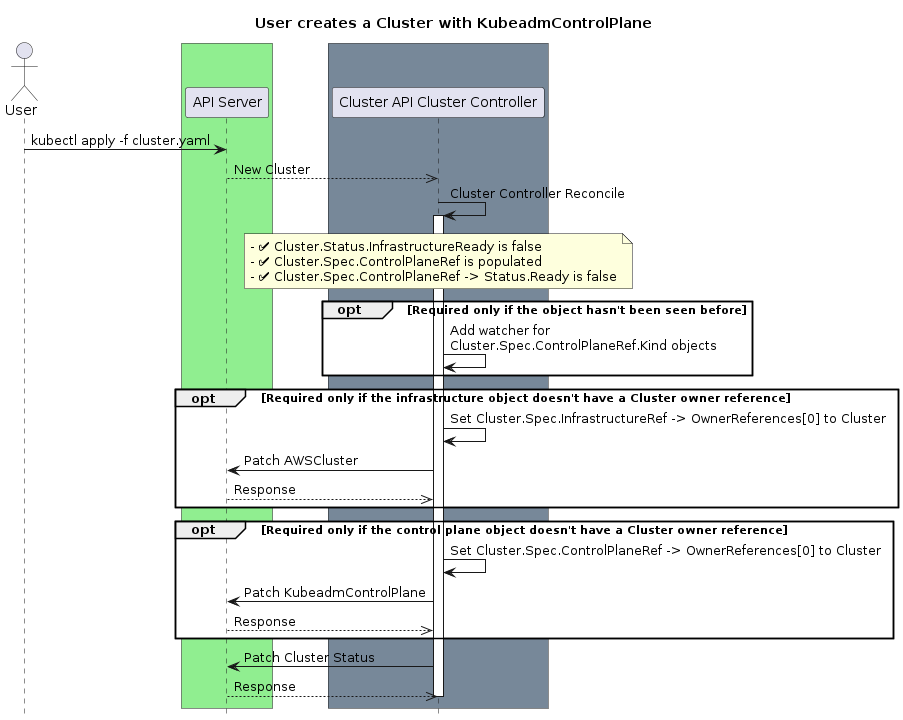
Before: docs/proposals/images/controlplane/controlplane-init-1.png, a diagram exported from PlantUML (kubernetes-sigs/cluster-api).
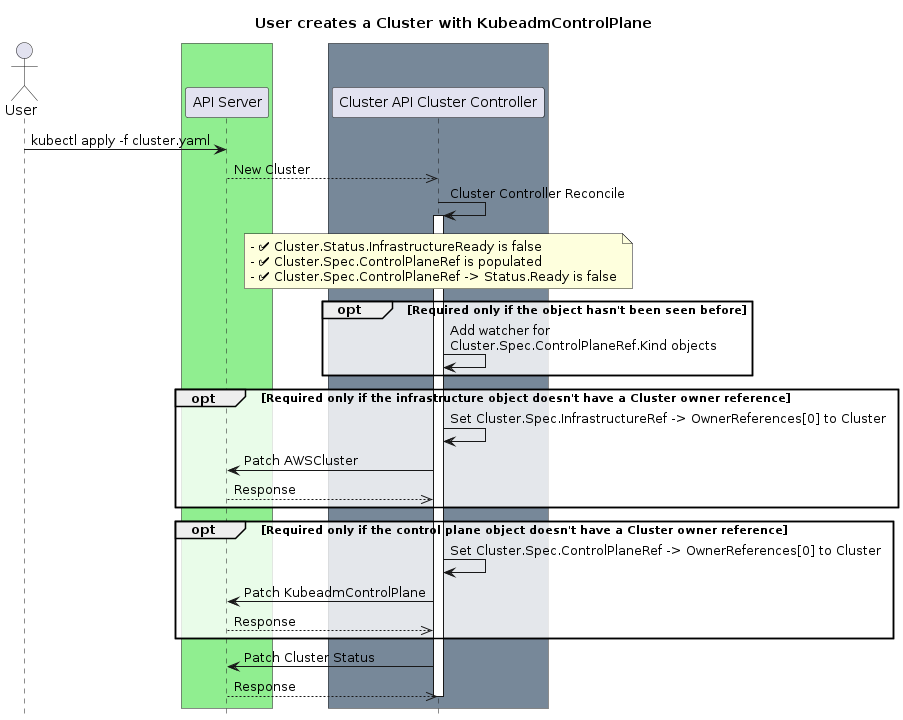
The same diagram one commit later.

Change to the diagram source:
```diff
@@ -20,17 +20,17 @@
 
 note over "Cluster API Cluster Controller": - ✅ Cluster.Status.InfrastructureReady is false\n- ✅ Cluster.Spec.ControlPlaneRef is populated\n- ✅ Cluster.Spec.ControlPlaneRef -> Status.Ready is false
 
-opt #white Required only if the object hasn't been seen before
+opt #FFFFFFCC Required only if the object hasn't been seen before
 "Cluster API Cluster Controller"-> "Cluster API Cluster Controller":Add watcher for \nCluster.Spec.ControlPlaneRef.Kind objects
 end
 
-opt #white Required only if the infrastructure object doesn't have a Cluster owner reference
+opt #FFFFFFCC Required only if the infrastructure object doesn't have a Cluster owner reference
 "Cluster API Cluster Controller"-> "Cluster API Cluster Controller":Set Cluster.Spec.InfrastructureRef -> OwnerReferences[0] to Cluster
 "Cluster API Cluster Controller"->"API Server": Patch AWSCluster
 "Cluster API Cluster Controller"<<--"API Server": Response
 end
 
-opt #white Required only if the control plane object doesn't have a Cluster owner reference
+opt #FFFFFFCC Required only if the control plane object doesn't have a Cluster owner reference
 "Cluster API Cluster Controller"-> "Cluster API Cluster Controller":Set Cluster.Spec.ControlPlaneRef -> OwnerReferences[0] to Cluster
 "Cluster API Cluster Controller"->"API Server": Patch KubeadmControlPlane
 "Cluster API Cluster Controller"<<--"API Server": Response
```
